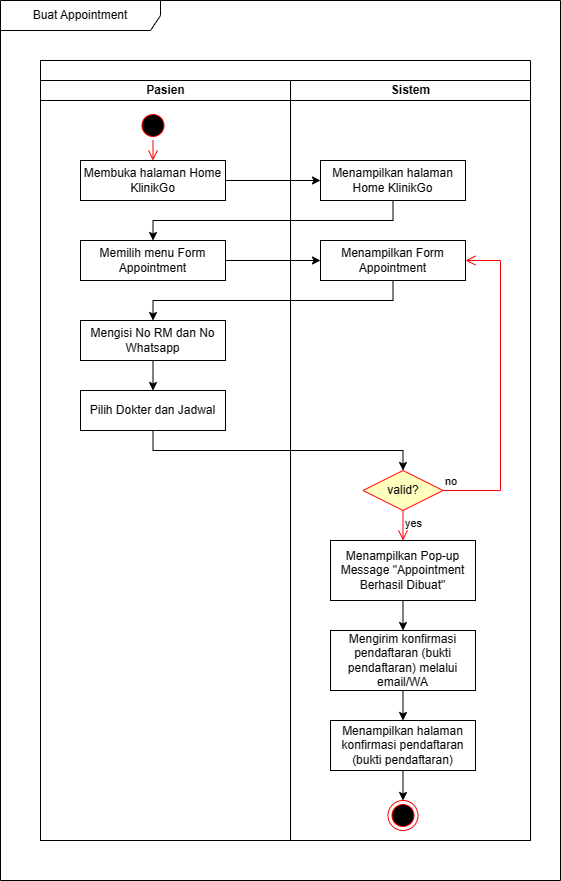
Earlier version of the draw.io export DiagramSistemPendaftaranPasien-activity2.drawio.png (dwirahmadita/SistemPendafatranPasien). Source tidied: cells renumbered, new cells last; positions are measured from the earlier drawing's top-left corner, leaving out a move shared by most shapes.
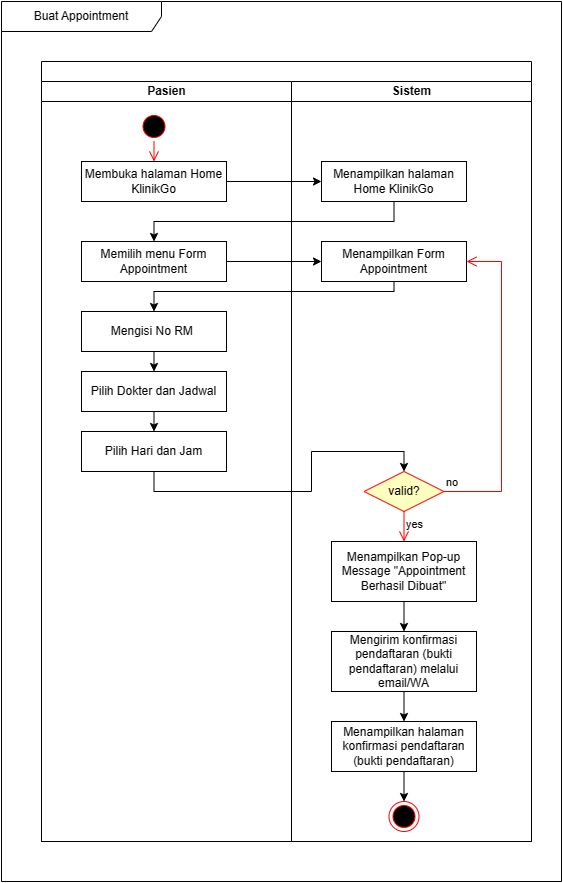
The same diagram one commit later.

Change to the diagram source:
```diff
@@ -23,15 +23,21 @@
     <mxCell id="8" value="Memilih menu Form Appointment" style="html=1;whiteSpace=wrap;" parent="4" vertex="1">
       <mxGeometry x="40" y="160" width="145" height="40" as="geometry" />
     </mxCell>
-    <mxCell id="9" value="Mengisi No RM dan No Whatsapp" style="html=1;whiteSpace=wrap;" parent="4" vertex="1">
-      <mxGeometry x="40" y="240" width="145" height="40" as="geometry" />
+    <mxCell id="9" value="Mengisi No RM&amp;nbsp;" style="html=1;whiteSpace=wrap;" parent="4" vertex="1">
+      <mxGeometry x="40" y="230" width="145" height="40" as="geometry" />
     </mxCell>
+    <mxCell id="30" style="edgeStyle=orthogonalEdgeStyle;rounded=0;jettySize=auto;html=1;exitX=0.5;exitY=1;exitDx=0;exitDy=0;entryX=0.5;entryY=0;entryDx=0;entryDy=0;" parent="4" edge="1" source="10" target="31">
+      <mxGeometry relative="1" as="geometry" />
+    </mxCell>
     <mxCell id="10" value="Pilih Dokter dan Jadwal" style="html=1;whiteSpace=wrap;" parent="4" vertex="1">
-      <mxGeometry x="40" y="310" width="145" height="40" as="geometry" />
+      <mxGeometry x="40" y="290" width="145" height="40" as="geometry" />
     </mxCell>
     <mxCell id="11" style="edgeStyle=orthogonalEdgeStyle;rounded=0;jettySize=auto;html=1;exitX=0.5;exitY=1;exitDx=0;exitDy=0;entryX=0.5;entryY=0;entryDx=0;entryDy=0;" parent="4" edge="1" source="9" target="10">
       <mxGeometry relative="1" as="geometry" />
     </mxCell>
+    <mxCell id="31" value="Pilih Hari dan Jam" style="html=1;whiteSpace=wrap;" parent="4" vertex="1">
+      <mxGeometry x="40" y="350" width="145" height="40" as="geometry" />
+    </mxCell>
     <mxCell id="12" value="Sistem" style="swimlane;startSize=20;html=1;" parent="3" vertex="1">
       <mxGeometry x="250" y="20" width="240" height="760" as="geometry" />
     </mxCell>
@@ -77,7 +83,12 @@
       <mxGeometry x="40" y="550" width="145" height="60" as="geometry" />
     </mxCell>
     <mxCell id="25" style="edgeStyle=orthogonalEdgeStyle;rounded=0;jettySize=auto;html=1;exitX=0.5;exitY=1;exitDx=0;exitDy=0;entryX=0.5;entryY=0;entryDx=0;entryDy=0;" parent="3" edge="1" source="13" target="9">
-      <mxGeometry relative="1" as="geometry" />
+      <mxGeometry relative="1" as="geometry">
+        <Array as="points">
+          <mxPoint x="353" y="230" />
+          <mxPoint x="113" y="230" />
+        </Array>
+      </mxGeometry>
     </mxCell>
     <mxCell id="26" style="edgeStyle=orthogonalEdgeStyle;rounded=0;jettySize=auto;html=1;exitX=0.5;exitY=1;exitDx=0;exitDy=0;entryX=0.5;entryY=0;entryDx=0;entryDy=0;" parent="3" edge="1" source="19" target="8">
       <mxGeometry relative="1" as="geometry" />
@@ -88,8 +99,15 @@
     <mxCell id="28" style="edgeStyle=orthogonalEdgeStyle;rounded=0;jettySize=auto;html=1;exitX=1;exitY=0.5;exitDx=0;exitDy=0;entryX=0;entryY=0.5;entryDx=0;entryDy=0;" parent="3" edge="1" source="8" target="13">
       <mxGeometry relative="1" as="geometry" />
     </mxCell>
-    <mxCell id="29" style="edgeStyle=orthogonalEdgeStyle;rounded=0;jettySize=auto;html=1;exitX=0.5;exitY=1;exitDx=0;exitDy=0;entryX=0.5;entryY=0;entryDx=0;entryDy=0;" parent="3" edge="1" source="10" target="15">
-      <mxGeometry relative="1" as="geometry" />
+    <mxCell id="29" style="edgeStyle=orthogonalEdgeStyle;rounded=0;jettySize=auto;html=1;exitX=0.5;exitY=1;exitDx=0;exitDy=0;entryX=0.5;entryY=0;entryDx=0;entryDy=0;" parent="3" edge="1" source="31" target="15">
+      <mxGeometry relative="1" as="geometry">
+        <Array as="points">
+          <mxPoint x="113" y="430" />
+          <mxPoint x="270" y="430" />
+          <mxPoint x="270" y="390" />
+          <mxPoint x="363" y="390" />
+        </Array>
+      </mxGeometry>
     </mxCell>
   </root>
 </mxGraphModel>
```
